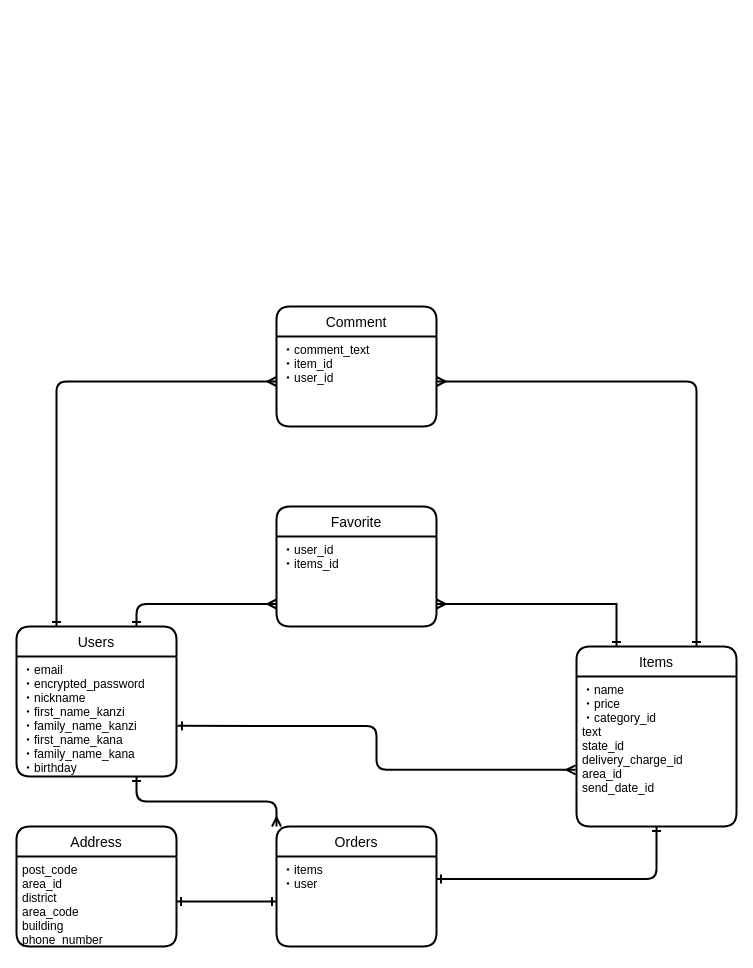
Before: db.dio in zacky77-git/furima-32465, a draw.io diagram. Source tidied: cells renumbered, new cells numbered last; positions are measured from the earlier drawing's top-left corner, leaving out a move shared by most shapes. Both pictures are drawn from the tidied source at 100%, with x=0, y=0 at pixel (16, 306).
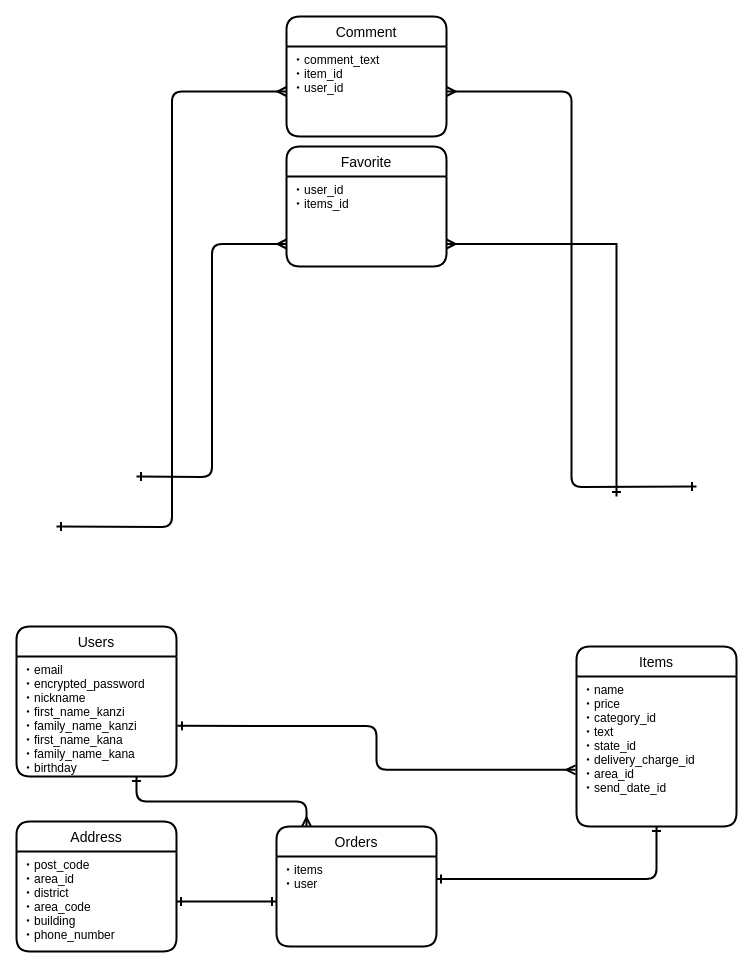
The same diagram, later.

The change refers to these unchanged cells:
```xml
<mxCell id="4" value="Users" style="swimlane;horizontal=1;startSize=30;rounded=1;fontSize=14;fontStyle=0;strokeWidth=2;shadow=0;dashed=0;align=center;" parent="1" vertex="1">
  <mxGeometry y="320" width="160" height="150" as="geometry" />
</mxCell>
<mxCell id="5" value="・email&#10;・encrypted_password&#10;・nickname&#10;・first_name_kanzi&#10;・family_name_kanzi&#10;・first_name_kana&#10;・family_name_kana&#10;・birthday" style="align=left;strokeColor=none;fillColor=none;spacingLeft=4;fontSize=12;verticalAlign=top;" parent="4" vertex="1">
  <mxGeometry y="30" width="160" height="120" as="geometry" />
</mxCell>
<mxCell id="8" value="Items" style="swimlane;horizontal=1;startSize=30;rounded=1;fontSize=14;fontStyle=0;strokeWidth=2;shadow=0;dashed=0;align=center;" parent="1" vertex="1">
  <mxGeometry x="560" y="340" width="160" height="180" as="geometry" />
</mxCell>
<mxCell id="12" value="Orders" style="swimlane;horizontal=1;startSize=30;rounded=1;fontSize=14;fontStyle=0;strokeWidth=2;shadow=0;dashed=0;align=center;" parent="1" vertex="1">
  <mxGeometry x="260" y="520" width="160" height="120" as="geometry" />
</mxCell>
<mxCell id="15" value="・comment_text&#10;・item_id&#10;・user_id" style="align=left;strokeColor=none;fillColor=none;spacingLeft=4;fontSize=12;verticalAlign=top;" parent="14" vertex="1">
  <mxGeometry y="30" width="160" height="90" as="geometry" />
</mxCell>
<mxCell id="17" value="・user_id&#10;・items_id" style="align=left;strokeColor=none;fillColor=none;spacingLeft=4;fontSize=12;verticalAlign=top;" parent="16" vertex="1">
  <mxGeometry y="30" width="160" height="90" as="geometry" />
</mxCell>
```

Diff of the diagram source:
```diff
@@
-    <mxCell id="2" style="edgeStyle=orthogonalEdgeStyle;rounded=1;jettySize=auto;html=1;exitX=0.75;exitY=0;exitDx=0;exitDy=0;startArrow=ERone;startFill=0;endArrow=ERmany;endFill=0;entryX=0;entryY=0.75;entryDx=0;entryDy=0;strokeWidth=2;" parent="1" edge="1" source="4" target="17">
-      <mxGeometry relative="1" as="geometry" />
+    <mxCell id="2" style="edgeStyle=orthogonalEdgeStyle;rounded=1;jettySize=auto;html=1;startArrow=ERone;startFill=0;endArrow=ERmany;endFill=0;entryX=0;entryY=0.75;entryDx=0;entryDy=0;strokeWidth=2;" parent="1" edge="1" target="17">
+      <mxGeometry relative="1" as="geometry">
+        <mxPoint x="120" y="170" as="sourcePoint" />
+      </mxGeometry>
     </mxCell>
-    <mxCell id="3" style="edgeStyle=orthogonalEdgeStyle;rounded=1;jettySize=auto;html=1;exitX=0.25;exitY=0;exitDx=0;exitDy=0;entryX=0;entryY=0.5;entryDx=0;entryDy=0;startArrow=ERone;startFill=0;endArrow=ERmany;endFill=0;strokeWidth=2;" parent="1" edge="1" source="4" target="15">
-      <mxGeometry relative="1" as="geometry" />
+    <mxCell id="3" style="edgeStyle=orthogonalEdgeStyle;rounded=1;jettySize=auto;html=1;entryX=0;entryY=0.5;entryDx=0;entryDy=0;startArrow=ERone;startFill=0;endArrow=ERmany;endFill=0;strokeWidth=2;" parent="1" edge="1" target="15">
+      <mxGeometry relative="1" as="geometry">
+        <mxPoint x="40" y="220" as="sourcePoint" />
+      </mxGeometry>
     </mxCell>
@@
-    <mxCell id="6" style="edgeStyle=orthogonalEdgeStyle;rounded=0;jettySize=auto;html=1;exitX=0.25;exitY=0;exitDx=0;exitDy=0;entryX=1;entryY=0.75;entryDx=0;entryDy=0;startArrow=ERone;startFill=0;endArrow=ERmany;endFill=0;strokeWidth=2;" parent="1" edge="1" source="8" target="17">
-      <mxGeometry relative="1" as="geometry" />
+    <mxCell id="6" style="edgeStyle=orthogonalEdgeStyle;rounded=0;jettySize=auto;html=1;entryX=1;entryY=0.75;entryDx=0;entryDy=0;startArrow=ERone;startFill=0;endArrow=ERmany;endFill=0;strokeWidth=2;" parent="1" edge="1" target="17">
+      <mxGeometry relative="1" as="geometry">
+        <mxPoint x="600" y="190" as="sourcePoint" />
+        <Array as="points">
+          <mxPoint x="600" y="-62" />
+        </Array>
+      </mxGeometry>
     </mxCell>
-    <mxCell id="7" style="edgeStyle=orthogonalEdgeStyle;rounded=1;jettySize=auto;html=1;exitX=0.75;exitY=0;exitDx=0;exitDy=0;entryX=1;entryY=0.5;entryDx=0;entryDy=0;startArrow=ERone;startFill=0;endArrow=ERmany;endFill=0;strokeWidth=2;" parent="1" edge="1" source="8" target="15">
-      <mxGeometry relative="1" as="geometry" />
+    <mxCell id="7" style="edgeStyle=orthogonalEdgeStyle;rounded=1;jettySize=auto;html=1;entryX=1;entryY=0.5;entryDx=0;entryDy=0;startArrow=ERone;startFill=0;endArrow=ERmany;endFill=0;strokeWidth=2;" parent="1" edge="1" target="15">
+      <mxGeometry relative="1" as="geometry">
+        <mxPoint x="680" y="180" as="sourcePoint" />
+      </mxGeometry>
     </mxCell>
@@
-    <mxCell id="9" value="・name&#10;・price &#10;・category_id&#10;text&#10;state_id&#10;delivery_charge_id&#10;area_id&#10;send_date_id" style="align=left;strokeColor=none;fillColor=none;spacingLeft=4;fontSize=12;verticalAlign=top;" parent="8" vertex="1">
+    <mxCell id="9" value="・name&#10;・price &#10;・category_id&#10;・text&#10;・state_id&#10;・delivery_charge_id&#10;・area_id&#10;・send_date_id" style="align=left;strokeColor=none;fillColor=none;spacingLeft=4;fontSize=12;verticalAlign=top;" parent="8" vertex="1">
       <mxGeometry y="30" width="160" height="150" as="geometry" />
     </mxCell>
     <mxCell id="10" value="Address" style="swimlane;horizontal=1;startSize=30;rounded=1;fontSize=14;fontStyle=0;strokeWidth=2;shadow=0;dashed=0;align=center;" parent="1" vertex="1">
-      <mxGeometry y="520" width="160" height="120" as="geometry" />
+      <mxGeometry y="515" width="160" height="130" as="geometry" />
     </mxCell>
-    <mxCell id="11" value="post_code&#10;area_id&#10;district&#10;area_code&#10;building&#10;phone_number &#10;" style="align=left;strokeColor=none;fillColor=none;spacingLeft=4;fontSize=12;verticalAlign=top;" parent="10" vertex="1">
-      <mxGeometry y="30" width="160" height="90" as="geometry" />
+    <mxCell id="11" value="・post_code&#10;・area_id&#10;・district&#10;・area_code&#10;・building&#10;・phone_number &#10;" style="align=left;strokeColor=none;fillColor=none;spacingLeft=4;fontSize=12;verticalAlign=top;" parent="10" vertex="1">
+      <mxGeometry y="30" width="160" height="100" as="geometry" />
     </mxCell>
@@
     <mxCell id="14" value="Comment" style="swimlane;horizontal=1;startSize=30;rounded=1;fontSize=14;fontStyle=0;strokeWidth=2;shadow=0;dashed=0;align=center;" parent="1" vertex="1">
-      <mxGeometry x="260" width="160" height="120" as="geometry" />
+      <mxGeometry x="270" y="-290" width="160" height="120" as="geometry" />
     </mxCell>
@@
     <mxCell id="16" value="Favorite" style="swimlane;horizontal=1;startSize=30;rounded=1;fontSize=14;fontStyle=0;strokeWidth=2;shadow=0;dashed=0;align=center;" parent="1" vertex="1">
-      <mxGeometry x="260" y="200" width="160" height="120" as="geometry" />
+      <mxGeometry x="270" y="-160" width="160" height="120" as="geometry" />
     </mxCell>
@@
-    <mxCell id="21" style="edgeStyle=orthogonalEdgeStyle;rounded=1;jettySize=auto;html=1;exitX=0.75;exitY=1;exitDx=0;exitDy=0;entryX=0;entryY=0;entryDx=0;entryDy=0;startArrow=ERone;startFill=0;endArrow=ERmany;endFill=0;strokeWidth=2;" parent="1" edge="1" source="5" target="12">
-      <mxGeometry relative="1" as="geometry" />
+    <mxCell id="21" style="edgeStyle=orthogonalEdgeStyle;rounded=1;jettySize=auto;html=1;exitX=0.75;exitY=1;exitDx=0;exitDy=0;startArrow=ERone;startFill=0;endArrow=ERmany;endFill=0;strokeWidth=2;" parent="1" edge="1" source="5">
+      <mxGeometry relative="1" as="geometry">
+        <mxPoint x="290" y="520" as="targetPoint" />
+        <Array as="points">
+          <mxPoint x="120" y="495" />
+          <mxPoint x="290" y="495" />
+          <mxPoint x="290" y="520" />
+        </Array>
+      </mxGeometry>
     </mxCell>
```
